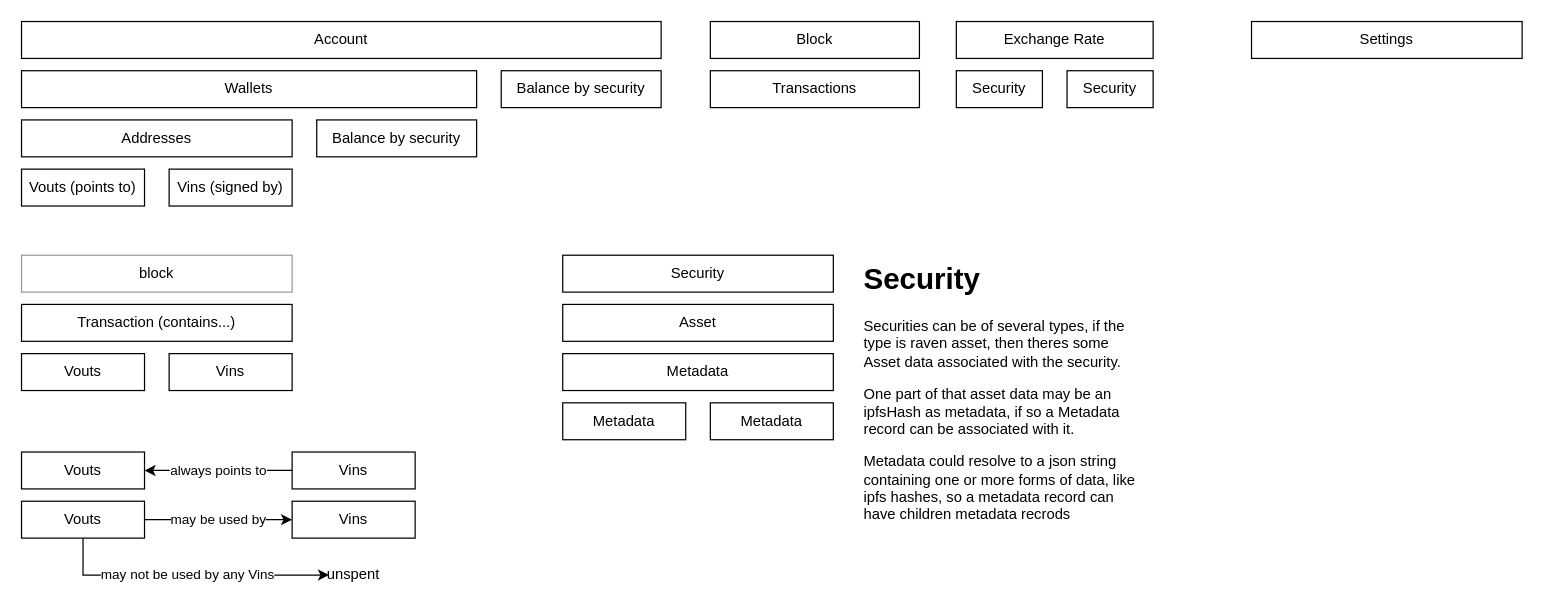
Above: raven_back/docs/diagrams/overview/hierarchy.drawio in moontreeapp/moontree (draw.io), before the change. Source tidied: cells renumbered, new cells numbered last; positions are measured from the earlier drawing's top-left corner, leaving out a move shared by most shapes. Both pictures are drawn from the tidied source at 123%, with x=0, y=0 at pixel (21, 21).
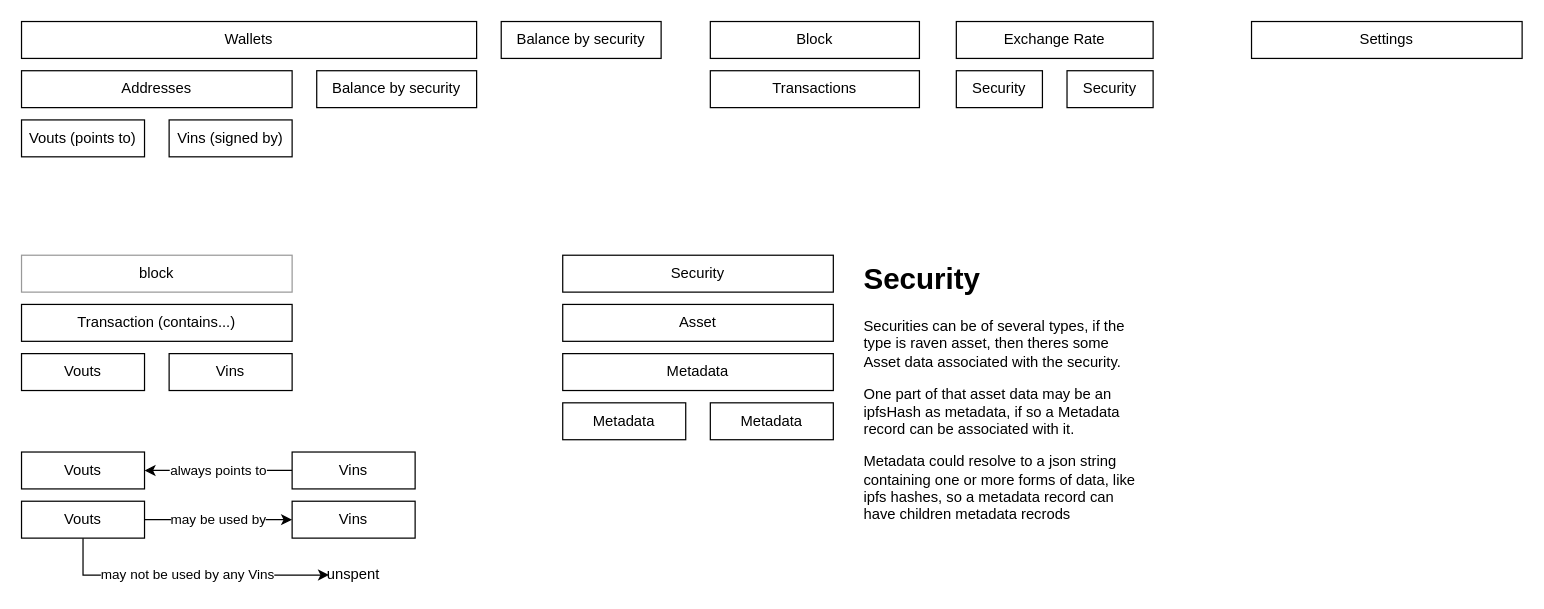
Above is the later version.

The edit, as a diff of the source:
```diff
@@
-    <mxCell id="2" value="Account" style="rounded=0;whiteSpace=wrap;html=1;" parent="1" vertex="1">
-      <mxGeometry width="520" height="30" as="geometry" />
-    </mxCell>
     <mxCell id="3" value="Wallets" style="rounded=0;whiteSpace=wrap;html=1;" parent="1" vertex="1">
-      <mxGeometry y="40" width="370" height="30" as="geometry" />
+      <mxGeometry width="370" height="30" as="geometry" />
     </mxCell>
     <mxCell id="4" value="Addresses" style="rounded=0;whiteSpace=wrap;html=1;" parent="1" vertex="1">
-      <mxGeometry y="80" width="220" height="30" as="geometry" />
+      <mxGeometry y="40" width="220" height="30" as="geometry" />
     </mxCell>
     <mxCell id="5" value="Vouts (points to)" style="rounded=0;whiteSpace=wrap;html=1;" parent="1" vertex="1">
-      <mxGeometry y="120" width="100" height="30" as="geometry" />
+      <mxGeometry y="80" width="100" height="30" as="geometry" />
     </mxCell>
     <mxCell id="6" value="Balance by security" style="rounded=0;whiteSpace=wrap;html=1;" parent="1" vertex="1">
-      <mxGeometry x="390" y="40" width="130" height="30" as="geometry" />
+      <mxGeometry x="390" width="130" height="30" as="geometry" />
     </mxCell>
     <mxCell id="7" value="Balance by security" style="rounded=0;whiteSpace=wrap;html=1;" parent="1" vertex="1">
-      <mxGeometry x="240" y="80" width="130" height="30" as="geometry" />
+      <mxGeometry x="240" y="40" width="130" height="30" as="geometry" />
     </mxCell>
@@
     <mxCell id="13" value="Vins (signed by)" style="rounded=0;whiteSpace=wrap;html=1;" parent="1" vertex="1">
-      <mxGeometry x="120" y="120" width="100" height="30" as="geometry" />
+      <mxGeometry x="120" y="80" width="100" height="30" as="geometry" />
     </mxCell>
```
